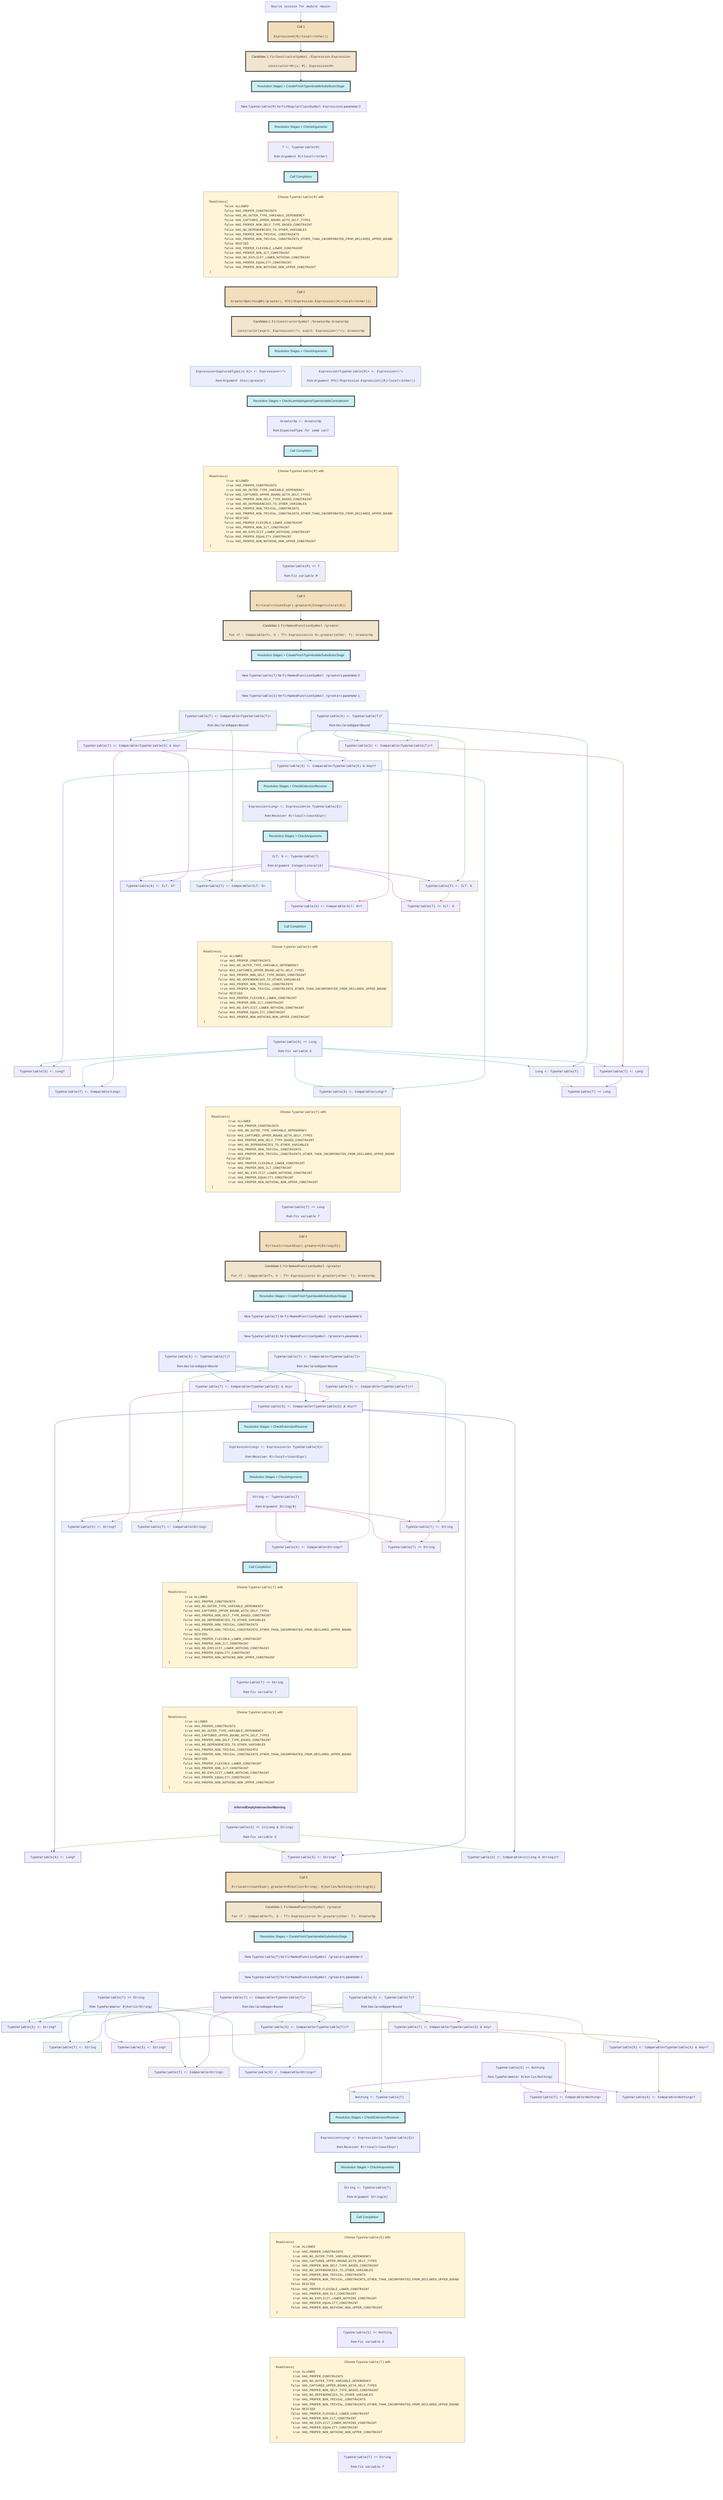
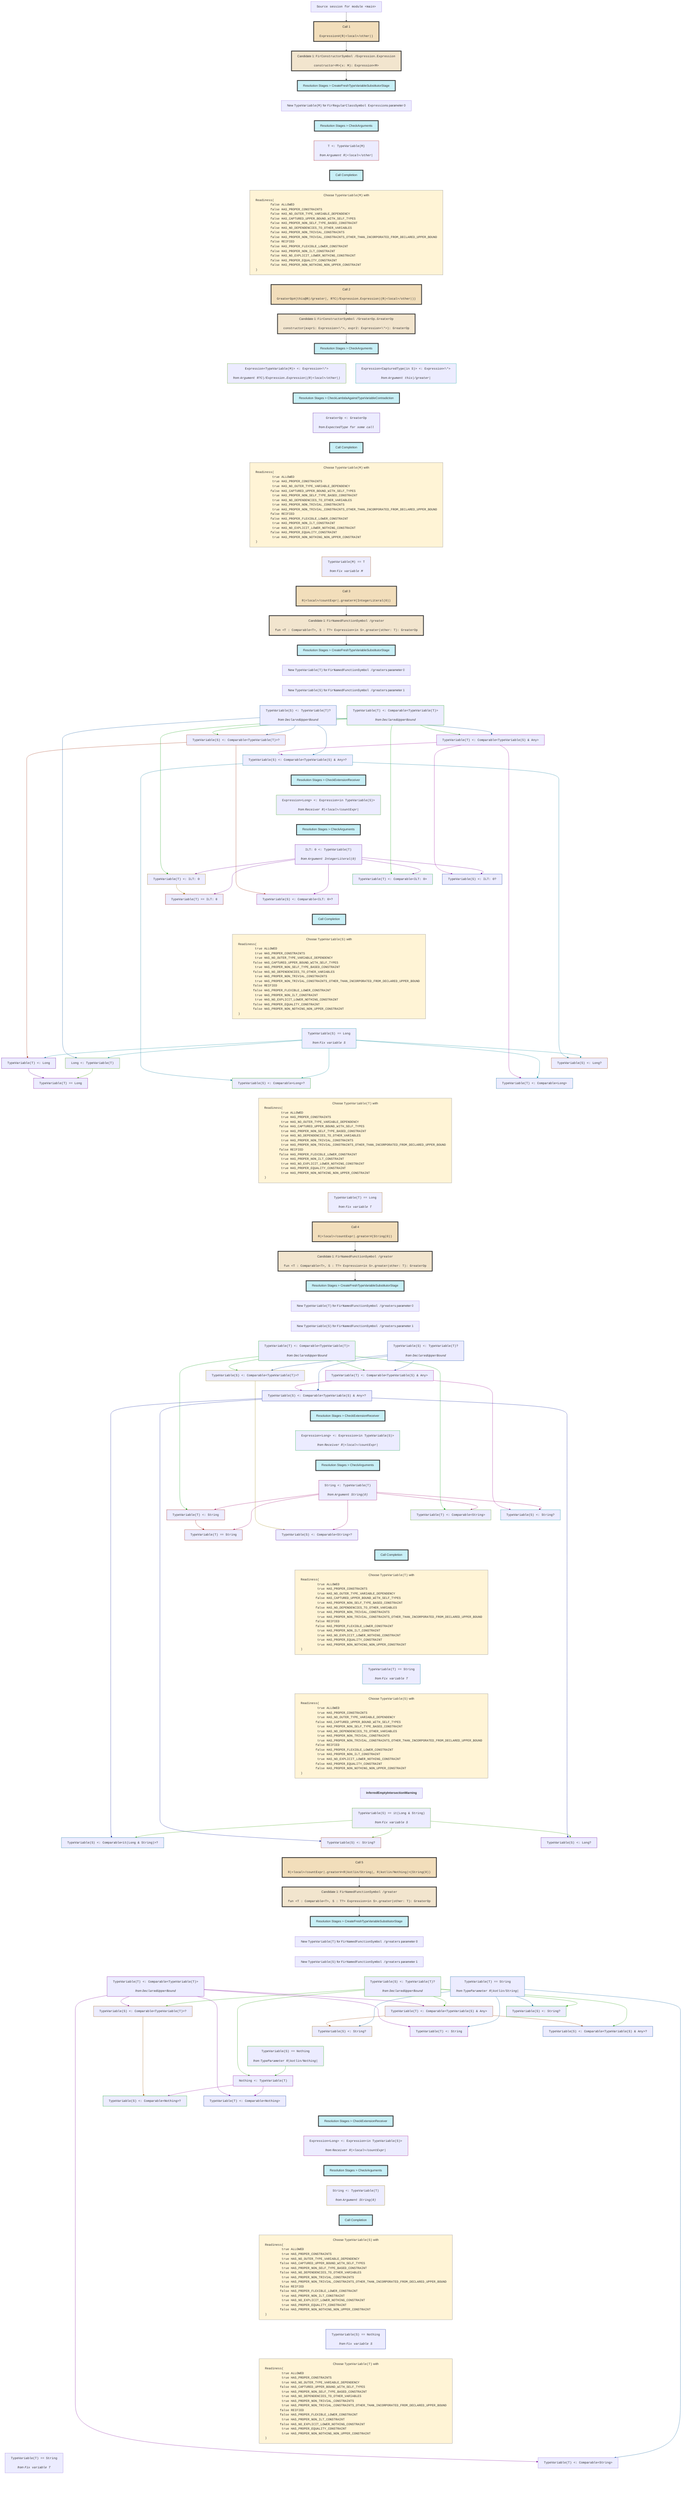
flowchart TD
    classDef nowrapClass text-align:center,white-space:nowrap;
    classDef callStyle fill:#f2debb,stroke:#333,stroke-width:4px;
    classDef candidateStyle fill:#f2e5ce,stroke:#333,stroke-width:4px;
    classDef stageStyle fill:#c8f0f7,stroke:#333,stroke-width:4px;
    classDef readinessStyle fill:#fff4d6,stroke:#777,stroke-width:1px;

    session0["<tt>Source session for module &lt;main></tt>"]
    class session0 nowrapClass;

    session0 --> call1

    call1["Call 1<br><br><pre style="display: inline-block;vertical-align: middle;text-align: left;margin: 0;"><tt>Expression#(R|&lt;local>/other|)</tt></pre>"]
    class call1 nowrapClass;
    class call1 callStyle;

    call1 --> candidate2

    candidate2["Candidate 1: <tt>FirConstructorSymbol /Expression.Expression</tt><br><br><pre style="display: inline-block;vertical-align: middle;text-align: left;margin: 0;"><tt>constructor&lt;M>(x: M): Expression&lt;M></tt></pre>"]
    class candidate2 nowrapClass;
    class candidate2 candidateStyle;

    candidate2 --> stage3

    stage3["Resolution Stages > CreateFreshTypeVariableSubstitutorStage"]
    class stage3 nowrapClass;
    class stage3 stageStyle;

    stage3 ~~~ newVariable4

    newVariable4["New <tt>TypeVariable(M)</tt> for <tt>FirRegularClassSymbol Expression</tt>s parameter 0"]
    class newVariable4 nowrapClass;

    newVariable4 ~~~ stage5

    stage5["Resolution Stages > CheckArguments"]
    class stage5 nowrapClass;
    class stage5 stageStyle;
    constraint6["<tt>T &lt;: TypeVariable(M)</tt><br><br><i><div style="display: inline-block;vertical-align: middle;">from</div> <pre style="display: inline-block;vertical-align: middle;text-align: left;margin: 0;"><tt>Argument R|&lt;local>/other|</tt></pre></i>"]
    class constraint6 nowrapClass;
    stage5 ~~~ constraint6

    constraint6 ~~~ stage7

    stage7["Call Completion"]
    class stage7 nowrapClass;
    class stage7 stageStyle;

    stage7 ~~~ variableReadiness8

    variableReadiness8["Choose <tt>TypeVariable(M)</tt> with <pre style="display: inline-block;vertical-align: middle;text-align: left;margin: 0;"><tt>Readiness(
	false ALLOWED
	false HAS_PROPER_CONSTRAINTS
	false HAS_NO_OUTER_TYPE_VARIABLE_DEPENDENCY
	false HAS_CAPTURED_UPPER_BOUND_WITH_SELF_TYPES
	false HAS_PROPER_NON_SELF_TYPE_BASED_CONSTRAINT
	false HAS_NO_DEPENDENCIES_TO_OTHER_VARIABLES
	false HAS_PROPER_NON_TRIVIAL_CONSTRAINTS
	false HAS_PROPER_NON_TRIVIAL_CONSTRAINTS_OTHER_THAN_INCORPORATED_FROM_DECLARED_UPPER_BOUND
	false REIFIED
	false HAS_PROPER_FLEXIBLE_LOWER_CONSTRAINT
	false HAS_PROPER_NON_ILT_CONSTRAINT
	false HAS_NO_EXPLICIT_LOWER_NOTHING_CONSTRAINT
	false HAS_PROPER_EQUALITY_CONSTRAINT
	false HAS_PROPER_NON_NOTHING_NON_UPPER_CONSTRAINT
)</tt></pre>"]
    class variableReadiness8 nowrapClass;
    class variableReadiness8 readinessStyle;

    variableReadiness8 ~~~ call9

    call9["Call 2<br><br><pre style="display: inline-block;vertical-align: middle;text-align: left;margin: 0;"><tt>GreaterOp#(this@R|/greater|, R?C|/Expression.Expression|(R|&lt;local>/other|))</tt></pre>"]
    class call9 nowrapClass;
    class call9 callStyle;

    call9 --> candidate10

    candidate10["Candidate 1: <tt>FirConstructorSymbol /GreaterOp.GreaterOp</tt><br><br><pre style="display: inline-block;vertical-align: middle;text-align: left;margin: 0;"><tt>constructor(expr1: Expression&lt;\*>, expr2: Expression&lt;\*>): GreaterOp</tt></pre>"]
    class candidate10 nowrapClass;
    class candidate10 candidateStyle;

    candidate10 --> stage11

    stage11["Resolution Stages > CheckArguments"]
    class stage11 nowrapClass;
    class stage11 stageStyle;
    constraint12["<tt>Expression&lt;CapturedType(in S)> &lt;: Expression&lt;\*></tt><br><br><i><div style="display: inline-block;vertical-align: middle;">from</div> <pre style="display: inline-block;vertical-align: middle;text-align: left;margin: 0;"><tt>Argument this|/greater|</tt></pre></i>"]
    class constraint12 nowrapClass;
    stage11 ~~~ constraint12
    constraint13["<tt>Expression&lt;TypeVariable(M)> &lt;: Expression&lt;\*></tt><br><br><i><div style="display: inline-block;vertical-align: middle;">from</div> <pre style="display: inline-block;vertical-align: middle;text-align: left;margin: 0;"><tt>Argument R?C|/Expression.Expression|(R|&lt;local>/other|)</tt></pre></i>"]
    class constraint13 nowrapClass;
    stage11 ~~~ constraint13

    constraint12 ~~~ stage14
    constraint13 ~~~ stage14

    stage14["Resolution Stages > CheckLambdaAgainstTypeVariableContradiction"]
    class stage14 nowrapClass;
    class stage14 stageStyle;
    constraint15["<tt>GreaterOp &lt;: GreaterOp</tt><br><br><i><div style="display: inline-block;vertical-align: middle;">from</div> <pre style="display: inline-block;vertical-align: middle;text-align: left;margin: 0;"><tt>ExpectedType for some call</tt></pre></i>"]
    class constraint15 nowrapClass;
    stage14 ~~~ constraint15

    constraint15 ~~~ stage16

    stage16["Call Completion"]
    class stage16 nowrapClass;
    class stage16 stageStyle;

    stage16 ~~~ variableReadiness17

    variableReadiness17["Choose <tt>TypeVariable(M)</tt> with <pre style="display: inline-block;vertical-align: middle;text-align: left;margin: 0;"><tt>Readiness(
	 true ALLOWED
	 true HAS_PROPER_CONSTRAINTS
	 true HAS_NO_OUTER_TYPE_VARIABLE_DEPENDENCY
	false HAS_CAPTURED_UPPER_BOUND_WITH_SELF_TYPES
	 true HAS_PROPER_NON_SELF_TYPE_BASED_CONSTRAINT
	 true HAS_NO_DEPENDENCIES_TO_OTHER_VARIABLES
	 true HAS_PROPER_NON_TRIVIAL_CONSTRAINTS
	 true HAS_PROPER_NON_TRIVIAL_CONSTRAINTS_OTHER_THAN_INCORPORATED_FROM_DECLARED_UPPER_BOUND
	false REIFIED
	false HAS_PROPER_FLEXIBLE_LOWER_CONSTRAINT
	 true HAS_PROPER_NON_ILT_CONSTRAINT
	 true HAS_NO_EXPLICIT_LOWER_NOTHING_CONSTRAINT
	false HAS_PROPER_EQUALITY_CONSTRAINT
	 true HAS_PROPER_NON_NOTHING_NON_UPPER_CONSTRAINT
)</tt></pre>"]
    class variableReadiness17 nowrapClass;
    class variableReadiness17 readinessStyle;
    constraint18["<tt>TypeVariable(M) == T</tt><br><br><i><div style="display: inline-block;vertical-align: middle;">from</div> <pre style="display: inline-block;vertical-align: middle;text-align: left;margin: 0;"><tt>Fix variable M</tt></pre></i>"]
    class constraint18 nowrapClass;
    variableReadiness17 ~~~ constraint18

    constraint18 ~~~ call19

    call19["Call 3<br><br><pre style="display: inline-block;vertical-align: middle;text-align: left;margin: 0;"><tt>R|&lt;local>/countExpr|.greater#(IntegerLiteral(0))</tt></pre>"]
    class call19 nowrapClass;
    class call19 callStyle;

    call19 --> candidate20

    candidate20["Candidate 1: <tt>FirNamedFunctionSymbol /greater</tt><br><br><pre style="display: inline-block;vertical-align: middle;text-align: left;margin: 0;"><tt>fun &lt;T : Comparable&lt;T>, S : T?> Expression&lt;in S>.greater(other: T): GreaterOp
</tt></pre>"]
    class candidate20 nowrapClass;
    class candidate20 candidateStyle;

    candidate20 --> stage21

    stage21["Resolution Stages > CreateFreshTypeVariableSubstitutorStage"]
    class stage21 nowrapClass;
    class stage21 stageStyle;

    stage21 ~~~ newVariable22

    newVariable22["New <tt>TypeVariable(T)</tt> for <tt>FirNamedFunctionSymbol /greater</tt>s parameter 0"]
    class newVariable22 nowrapClass;

    newVariable22 ~~~ newVariable23

    newVariable23["New <tt>TypeVariable(S)</tt> for <tt>FirNamedFunctionSymbol /greater</tt>s parameter 1"]
    class newVariable23 nowrapClass;
    constraint24["<tt>TypeVariable(T) &lt;: Comparable&lt;TypeVariable(T)></tt><br><br><i><div style="display: inline-block;vertical-align: middle;">from</div> <pre style="display: inline-block;vertical-align: middle;text-align: left;margin: 0;"><tt>DeclaredUpperBound</tt></pre></i>"]
    class constraint24 nowrapClass;
    newVariable23 ~~~ constraint24
    constraint25["<tt>TypeVariable(S) &lt;: TypeVariable(T)?</tt><br><br><i><div style="display: inline-block;vertical-align: middle;">from</div> <pre style="display: inline-block;vertical-align: middle;text-align: left;margin: 0;"><tt>DeclaredUpperBound</tt></pre></i>"]
    class constraint25 nowrapClass;
    newVariable23 ~~~ constraint25
    constraint26["<tt>TypeVariable(S) &lt;: Comparable&lt;TypeVariable(T)>?</tt>"]
    class constraint26 nowrapClass;
    constraint25 --> constraint26
    constraint24 --> constraint26
    constraint27["<tt>TypeVariable(T) &lt;: Comparable&lt;TypeVariable(S) &amp; Any></tt>"]
    class constraint27 nowrapClass;
    constraint25 --> constraint27
    constraint24 --> constraint27
    constraint28["<tt>TypeVariable(S) &lt;: Comparable&lt;TypeVariable(S) &amp; Any>?</tt>"]
    class constraint28 nowrapClass;
    constraint25 ---> constraint28
    constraint27 --> constraint28

    constraint26 ~~~~ stage29
    constraint28 ~~~ stage29

    stage29["Resolution Stages > CheckExtensionReceiver"]
    class stage29 nowrapClass;
    class stage29 stageStyle;
    constraint30["<tt>Expression&lt;Long> &lt;: Expression&lt;in TypeVariable(S)></tt><br><br><i><div style="display: inline-block;vertical-align: middle;">from</div> <pre style="display: inline-block;vertical-align: middle;text-align: left;margin: 0;"><tt>Receiver R|&lt;local>/countExpr|</tt></pre></i>"]
    class constraint30 nowrapClass;
    stage29 ~~~ constraint30

    constraint30 ~~~ stage31

    stage31["Resolution Stages > CheckArguments"]
    class stage31 nowrapClass;
    class stage31 stageStyle;
    constraint32["<tt>ILT: 0 &lt;: TypeVariable(T)</tt><br><br><i><div style="display: inline-block;vertical-align: middle;">from</div> <pre style="display: inline-block;vertical-align: middle;text-align: left;margin: 0;"><tt>Argument IntegerLiteral(0)</tt></pre></i>"]
    class constraint32 nowrapClass;
    stage31 ~~~ constraint32
    constraint33["<tt>TypeVariable(T) &lt;: ILT: 0</tt>"]
    class constraint33 nowrapClass;
    constraint32 --> constraint33
    constraint24 --> constraint33
    constraint34["<tt>TypeVariable(S) &lt;: ILT: 0?</tt>"]
    class constraint34 nowrapClass;
    constraint32 --> constraint34
    constraint27 --> constraint34
    constraint35["<tt>TypeVariable(T) &lt;: Comparable&lt;ILT: 0></tt>"]
    class constraint35 nowrapClass;
    constraint32 --> constraint35
    constraint24 --> constraint35
    constraint36["<tt>TypeVariable(S) &lt;: Comparable&lt;ILT: 0>?</tt>"]
    class constraint36 nowrapClass;
    constraint32 ---> constraint36
    constraint26 --> constraint36
    constraint37["<tt>TypeVariable(T) == ILT: 0</tt>"]
    class constraint37 nowrapClass;
    constraint32 ---> constraint37
    constraint33 --> constraint37

    constraint34 ~~~~ stage38
    constraint35 ~~~~ stage38
    constraint36 ~~~ stage38
    constraint37 ~~~ stage38

    stage38["Call Completion"]
    class stage38 nowrapClass;
    class stage38 stageStyle;

    stage38 ~~~ variableReadiness39

    variableReadiness39["Choose <tt>TypeVariable(S)</tt> with <pre style="display: inline-block;vertical-align: middle;text-align: left;margin: 0;"><tt>Readiness(
	 true ALLOWED
	 true HAS_PROPER_CONSTRAINTS
	 true HAS_NO_OUTER_TYPE_VARIABLE_DEPENDENCY
	false HAS_CAPTURED_UPPER_BOUND_WITH_SELF_TYPES
	 true HAS_PROPER_NON_SELF_TYPE_BASED_CONSTRAINT
	false HAS_NO_DEPENDENCIES_TO_OTHER_VARIABLES
	 true HAS_PROPER_NON_TRIVIAL_CONSTRAINTS
	 true HAS_PROPER_NON_TRIVIAL_CONSTRAINTS_OTHER_THAN_INCORPORATED_FROM_DECLARED_UPPER_BOUND
	false REIFIED
	false HAS_PROPER_FLEXIBLE_LOWER_CONSTRAINT
	 true HAS_PROPER_NON_ILT_CONSTRAINT
	 true HAS_NO_EXPLICIT_LOWER_NOTHING_CONSTRAINT
	false HAS_PROPER_EQUALITY_CONSTRAINT
	false HAS_PROPER_NON_NOTHING_NON_UPPER_CONSTRAINT
)</tt></pre>"]
    class variableReadiness39 nowrapClass;
    class variableReadiness39 readinessStyle;
    constraint41["<tt>TypeVariable(S) == Long</tt><br><br><i><div style="display: inline-block;vertical-align: middle;">from</div> <pre style="display: inline-block;vertical-align: middle;text-align: left;margin: 0;"><tt>Fix variable S</tt></pre></i>"]
    class constraint41 nowrapClass;
    variableReadiness39 ~~~ constraint41
    constraint42["<tt>Long &lt;: TypeVariable(T)</tt>"]
    class constraint42 nowrapClass;
    constraint41 --> constraint42
    constraint25 --> constraint42
    constraint43["<tt>TypeVariable(T) &lt;: Long</tt>"]
    class constraint43 nowrapClass;
    constraint41 --> constraint43
    constraint26 --> constraint43
    constraint44["<tt>TypeVariable(S) &lt;: Long?</tt>"]
    class constraint44 nowrapClass;
    constraint41 --> constraint44
    constraint28 --> constraint44
    constraint45["<tt>TypeVariable(T) &lt;: Comparable&lt;Long></tt>"]
    class constraint45 nowrapClass;
    constraint41 ---> constraint45
    constraint27 --> constraint45
    constraint46["<tt>TypeVariable(S) &lt;: Comparable&lt;Long>?</tt>"]
    class constraint46 nowrapClass;
    constraint41 ---> constraint46
    constraint28 --> constraint46
    constraint47["<tt>TypeVariable(T) == Long</tt>"]
    class constraint47 nowrapClass;
    constraint42 --> constraint47
    constraint43 --> constraint47

    constraint44 ~~~~ variableReadiness40
    constraint45 ~~~ variableReadiness40
    constraint46 ~~~ variableReadiness40
    constraint47 ~~~ variableReadiness40

    variableReadiness40["Choose <tt>TypeVariable(T)</tt> with <pre style="display: inline-block;vertical-align: middle;text-align: left;margin: 0;"><tt>Readiness(
	 true ALLOWED
	 true HAS_PROPER_CONSTRAINTS
	 true HAS_NO_OUTER_TYPE_VARIABLE_DEPENDENCY
	false HAS_CAPTURED_UPPER_BOUND_WITH_SELF_TYPES
	 true HAS_PROPER_NON_SELF_TYPE_BASED_CONSTRAINT
	 true HAS_NO_DEPENDENCIES_TO_OTHER_VARIABLES
	 true HAS_PROPER_NON_TRIVIAL_CONSTRAINTS
	 true HAS_PROPER_NON_TRIVIAL_CONSTRAINTS_OTHER_THAN_INCORPORATED_FROM_DECLARED_UPPER_BOUND
	false REIFIED
	false HAS_PROPER_FLEXIBLE_LOWER_CONSTRAINT
	 true HAS_PROPER_NON_ILT_CONSTRAINT
	 true HAS_NO_EXPLICIT_LOWER_NOTHING_CONSTRAINT
	 true HAS_PROPER_EQUALITY_CONSTRAINT
	 true HAS_PROPER_NON_NOTHING_NON_UPPER_CONSTRAINT
)</tt></pre>"]
    class variableReadiness40 nowrapClass;
    class variableReadiness40 readinessStyle;
    constraint48["<tt>TypeVariable(T) == Long</tt><br><br><i><div style="display: inline-block;vertical-align: middle;">from</div> <pre style="display: inline-block;vertical-align: middle;text-align: left;margin: 0;"><tt>Fix variable T</tt></pre></i>"]
    class constraint48 nowrapClass;
    variableReadiness40 ~~~ constraint48

    constraint48 ~~~ call49

    call49["Call 4<br><br><pre style="display: inline-block;vertical-align: middle;text-align: left;margin: 0;"><tt>R|&lt;local>/countExpr|.greater#(String(0))</tt></pre>"]
    class call49 nowrapClass;
    class call49 callStyle;

    call49 --> candidate50

    candidate50["Candidate 1: <tt>FirNamedFunctionSymbol /greater</tt><br><br><pre style="display: inline-block;vertical-align: middle;text-align: left;margin: 0;"><tt>fun &lt;T : Comparable&lt;T>, S : T?> Expression&lt;in S>.greater(other: T): GreaterOp
</tt></pre>"]
    class candidate50 nowrapClass;
    class candidate50 candidateStyle;

    candidate50 --> stage51

    stage51["Resolution Stages > CreateFreshTypeVariableSubstitutorStage"]
    class stage51 nowrapClass;
    class stage51 stageStyle;

    stage51 ~~~ newVariable52

    newVariable52["New <tt>TypeVariable(T)</tt> for <tt>FirNamedFunctionSymbol /greater</tt>s parameter 0"]
    class newVariable52 nowrapClass;

    newVariable52 ~~~ newVariable53

    newVariable53["New <tt>TypeVariable(S)</tt> for <tt>FirNamedFunctionSymbol /greater</tt>s parameter 1"]
    class newVariable53 nowrapClass;
    constraint54["<tt>TypeVariable(T) &lt;: Comparable&lt;TypeVariable(T)></tt><br><br><i><div style="display: inline-block;vertical-align: middle;">from</div> <pre style="display: inline-block;vertical-align: middle;text-align: left;margin: 0;"><tt>DeclaredUpperBound</tt></pre></i>"]
    class constraint54 nowrapClass;
    newVariable53 ~~~ constraint54
    constraint55["<tt>TypeVariable(S) &lt;: TypeVariable(T)?</tt><br><br><i><div style="display: inline-block;vertical-align: middle;">from</div> <pre style="display: inline-block;vertical-align: middle;text-align: left;margin: 0;"><tt>DeclaredUpperBound</tt></pre></i>"]
    class constraint55 nowrapClass;
    newVariable53 ~~~ constraint55
    constraint56["<tt>TypeVariable(S) &lt;: Comparable&lt;TypeVariable(T)>?</tt>"]
    class constraint56 nowrapClass;
    constraint55 --> constraint56
    constraint54 --> constraint56
    constraint57["<tt>TypeVariable(T) &lt;: Comparable&lt;TypeVariable(S) &amp; Any></tt>"]
    class constraint57 nowrapClass;
    constraint55 --> constraint57
    constraint54 --> constraint57
    constraint58["<tt>TypeVariable(S) &lt;: Comparable&lt;TypeVariable(S) &amp; Any>?</tt>"]
    class constraint58 nowrapClass;
    constraint55 ---> constraint58
    constraint57 --> constraint58

    constraint56 ~~~~ stage59
    constraint58 ~~~ stage59

    stage59["Resolution Stages > CheckExtensionReceiver"]
    class stage59 nowrapClass;
    class stage59 stageStyle;
    constraint60["<tt>Expression&lt;Long> &lt;: Expression&lt;in TypeVariable(S)></tt><br><br><i><div style="display: inline-block;vertical-align: middle;">from</div> <pre style="display: inline-block;vertical-align: middle;text-align: left;margin: 0;"><tt>Receiver R|&lt;local>/countExpr|</tt></pre></i>"]
    class constraint60 nowrapClass;
    stage59 ~~~ constraint60

    constraint60 ~~~ stage61

    stage61["Resolution Stages > CheckArguments"]
    class stage61 nowrapClass;
    class stage61 stageStyle;
    constraint62["<tt>String &lt;: TypeVariable(T)</tt><br><br><i><div style="display: inline-block;vertical-align: middle;">from</div> <pre style="display: inline-block;vertical-align: middle;text-align: left;margin: 0;"><tt>Argument String(0)</tt></pre></i>"]
    class constraint62 nowrapClass;
    stage61 ~~~ constraint62
    constraint63["<tt>TypeVariable(T) &lt;: String</tt>"]
    class constraint63 nowrapClass;
    constraint62 --> constraint63
    constraint54 --> constraint63
    constraint64["<tt>TypeVariable(S) &lt;: String?</tt>"]
    class constraint64 nowrapClass;
    constraint62 --> constraint64
    constraint57 --> constraint64
    constraint65["<tt>TypeVariable(T) &lt;: Comparable&lt;String></tt>"]
    class constraint65 nowrapClass;
    constraint62 --> constraint65
    constraint54 --> constraint65
    constraint66["<tt>TypeVariable(S) &lt;: Comparable&lt;String>?</tt>"]
    class constraint66 nowrapClass;
    constraint62 ---> constraint66
    constraint56 --> constraint66
    constraint67["<tt>TypeVariable(T) == String</tt>"]
    class constraint67 nowrapClass;
    constraint62 ---> constraint67
    constraint63 --> constraint67

    constraint64 ~~~~ stage68
    constraint65 ~~~~ stage68
    constraint66 ~~~ stage68
    constraint67 ~~~ stage68

    stage68["Call Completion"]
    class stage68 nowrapClass;
    class stage68 stageStyle;

    stage68 ~~~ variableReadiness69

    variableReadiness69["Choose <tt>TypeVariable(T)</tt> with <pre style="display: inline-block;vertical-align: middle;text-align: left;margin: 0;"><tt>Readiness(
	 true ALLOWED
	 true HAS_PROPER_CONSTRAINTS
	 true HAS_NO_OUTER_TYPE_VARIABLE_DEPENDENCY
	false HAS_CAPTURED_UPPER_BOUND_WITH_SELF_TYPES
	 true HAS_PROPER_NON_SELF_TYPE_BASED_CONSTRAINT
	false HAS_NO_DEPENDENCIES_TO_OTHER_VARIABLES
	 true HAS_PROPER_NON_TRIVIAL_CONSTRAINTS
	 true HAS_PROPER_NON_TRIVIAL_CONSTRAINTS_OTHER_THAN_INCORPORATED_FROM_DECLARED_UPPER_BOUND
	false REIFIED
	false HAS_PROPER_FLEXIBLE_LOWER_CONSTRAINT
	 true HAS_PROPER_NON_ILT_CONSTRAINT
	 true HAS_NO_EXPLICIT_LOWER_NOTHING_CONSTRAINT
	 true HAS_PROPER_EQUALITY_CONSTRAINT
	 true HAS_PROPER_NON_NOTHING_NON_UPPER_CONSTRAINT
)</tt></pre>"]
    class variableReadiness69 nowrapClass;
    class variableReadiness69 readinessStyle;
    constraint72["<tt>TypeVariable(T) == String</tt><br><br><i><div style="display: inline-block;vertical-align: middle;">from</div> <pre style="display: inline-block;vertical-align: middle;text-align: left;margin: 0;"><tt>Fix variable T</tt></pre></i>"]
    class constraint72 nowrapClass;
    variableReadiness69 ~~~ constraint72

    constraint72 ~~~ variableReadiness70

    variableReadiness70["Choose <tt>TypeVariable(S)</tt> with <pre style="display: inline-block;vertical-align: middle;text-align: left;margin: 0;"><tt>Readiness(
	 true ALLOWED
	 true HAS_PROPER_CONSTRAINTS
	 true HAS_NO_OUTER_TYPE_VARIABLE_DEPENDENCY
	false HAS_CAPTURED_UPPER_BOUND_WITH_SELF_TYPES
	 true HAS_PROPER_NON_SELF_TYPE_BASED_CONSTRAINT
	 true HAS_NO_DEPENDENCIES_TO_OTHER_VARIABLES
	 true HAS_PROPER_NON_TRIVIAL_CONSTRAINTS
	 true HAS_PROPER_NON_TRIVIAL_CONSTRAINTS_OTHER_THAN_INCORPORATED_FROM_DECLARED_UPPER_BOUND
	false REIFIED
	false HAS_PROPER_FLEXIBLE_LOWER_CONSTRAINT
	 true HAS_PROPER_NON_ILT_CONSTRAINT
	 true HAS_NO_EXPLICIT_LOWER_NOTHING_CONSTRAINT
	false HAS_PROPER_EQUALITY_CONSTRAINT
	false HAS_PROPER_NON_NOTHING_NON_UPPER_CONSTRAINT
)</tt></pre>"]
    class variableReadiness70 nowrapClass;
    class variableReadiness70 readinessStyle;

    variableReadiness70 ~~~ error71

    error71["<b>InferredEmptyIntersectionWarning<b>"]
    class error71 nowrapClass;
    constraint73["<tt>TypeVariable(S) == it(Long &amp; String)</tt><br><br><i><div style="display: inline-block;vertical-align: middle;">from</div> <pre style="display: inline-block;vertical-align: middle;text-align: left;margin: 0;"><tt>Fix variable S</tt></pre></i>"]
    class constraint73 nowrapClass;
    error71 ~~~ constraint73
    constraint74["<tt>TypeVariable(S) &lt;: Long?</tt>"]
    class constraint74 nowrapClass;
    constraint73 --> constraint74
    constraint58 --> constraint74
    constraint75["<tt>TypeVariable(S) &lt;: String?</tt>"]
    class constraint75 nowrapClass;
    constraint73 --> constraint75
    constraint58 --> constraint75
    constraint76["<tt>TypeVariable(S) &lt;: Comparable&lt;it(Long &amp; String)>?</tt>"]
    class constraint76 nowrapClass;
    constraint73 --> constraint76
    constraint58 --> constraint76

    constraint74 ~~~ call77
    constraint75 ~~~ call77
    constraint76 ~~~ call77

    call77["Call 5<br><br><pre style="display: inline-block;vertical-align: middle;text-align: left;margin: 0;"><tt>R|&lt;local>/countExpr|.greater#&lt;R|kotlin/String|, R|kotlin/Nothing|>(String(0))</tt></pre>"]
    class call77 nowrapClass;
    class call77 callStyle;

    call77 --> candidate78

    candidate78["Candidate 1: <tt>FirNamedFunctionSymbol /greater</tt><br><br><pre style="display: inline-block;vertical-align: middle;text-align: left;margin: 0;"><tt>fun &lt;T : Comparable&lt;T>, S : T?> Expression&lt;in S>.greater(other: T): GreaterOp
</tt></pre>"]
    class candidate78 nowrapClass;
    class candidate78 candidateStyle;

    candidate78 --> stage79

    stage79["Resolution Stages > CreateFreshTypeVariableSubstitutorStage"]
    class stage79 nowrapClass;
    class stage79 stageStyle;

    stage79 ~~~ newVariable80

    newVariable80["New <tt>TypeVariable(T)</tt> for <tt>FirNamedFunctionSymbol /greater</tt>s parameter 0"]
    class newVariable80 nowrapClass;

    newVariable80 ~~~ newVariable81

    newVariable81["New <tt>TypeVariable(S)</tt> for <tt>FirNamedFunctionSymbol /greater</tt>s parameter 1"]
    class newVariable81 nowrapClass;
    constraint82["<tt>TypeVariable(T) &lt;: Comparable&lt;TypeVariable(T)></tt><br><br><i><div style="display: inline-block;vertical-align: middle;">from</div> <pre style="display: inline-block;vertical-align: middle;text-align: left;margin: 0;"><tt>DeclaredUpperBound</tt></pre></i>"]
    class constraint82 nowrapClass;
    newVariable81 ~~~ constraint82
    constraint83["<tt>TypeVariable(S) &lt;: TypeVariable(T)?</tt><br><br><i><div style="display: inline-block;vertical-align: middle;">from</div> <pre style="display: inline-block;vertical-align: middle;text-align: left;margin: 0;"><tt>DeclaredUpperBound</tt></pre></i>"]
    class constraint83 nowrapClass;
    newVariable81 ~~~ constraint83
    constraint84["<tt>TypeVariable(S) &lt;: Comparable&lt;TypeVariable(T)>?</tt>"]
    class constraint84 nowrapClass;
    constraint83 --> constraint84
    constraint82 --> constraint84
    constraint85["<tt>TypeVariable(T) &lt;: Comparable&lt;TypeVariable(S) &amp; Any></tt>"]
    class constraint85 nowrapClass;
    constraint83 --> constraint85
    constraint82 --> constraint85
    constraint86["<tt>TypeVariable(S) &lt;: Comparable&lt;TypeVariable(S) &amp; Any>?</tt>"]
    class constraint86 nowrapClass;
    constraint83 ---> constraint86
    constraint85 --> constraint86
    constraint87["<tt>TypeVariable(T) == String</tt><br><br><i><div style="display: inline-block;vertical-align: middle;">from</div> <pre style="display: inline-block;vertical-align: middle;text-align: left;margin: 0;"><tt>TypeParameter R|kotlin/String|</tt></pre></i>"]
    class constraint87 nowrapClass;
    newVariable81 ~~~ constraint87
    constraint88["<tt>TypeVariable(S) &lt;: String?</tt>"]
    class constraint88 nowrapClass;
    constraint83 --> constraint88
    constraint87 --> constraint88
    constraint89["<tt>TypeVariable(T) &lt;: String</tt>"]
    class constraint89 nowrapClass;
    constraint87 ---> constraint89
    constraint82 ---> constraint89
    constraint90["<tt>TypeVariable(S) &lt;: String?</tt>"]
    class constraint90 nowrapClass;
    constraint87 ---> constraint90
    constraint85 --> constraint90
-     constraint91["<tt>TypeVariable(T) &lt;: Comparable&lt;String></tt>"]
+     constraint91["<tt>TypeVariable(S) == Nothing</tt><br><br><i><div style="display: inline-block;vertical-align: middle;">from</div> <pre style="display: inline-block;vertical-align: middle;text-align: left;margin: 0;"><tt>TypeParameter R|kotlin/Nothing|</tt></pre></i>"]
    class constraint91 nowrapClass;
-     constraint87 ----> constraint91
-     constraint82 ----> constraint91
-     constraint92["<tt>TypeVariable(S) &lt;: Comparable&lt;String>?</tt>"]
+     newVariable81 ~~~~~~ constraint91
+     constraint92["<tt>Nothing &lt;: TypeVariable(T)</tt>"]
    class constraint92 nowrapClass;
-     constraint87 ----> constraint92
-     constraint84 ---> constraint92
-     constraint93["<tt>TypeVariable(S) == Nothing</tt><br><br><i><div style="display: inline-block;vertical-align: middle;">from</div> <pre style="display: inline-block;vertical-align: middle;text-align: left;margin: 0;"><tt>TypeParameter R|kotlin/Nothing|</tt></pre></i>"]
+     constraint91 --> constraint92
+     constraint83 -----> constraint92
+     constraint93["<tt>TypeVariable(T) &lt;: Comparable&lt;Nothing></tt>"]
    class constraint93 nowrapClass;
-     newVariable81 ~~~~~~ constraint93
-     constraint94["<tt>Nothing &lt;: TypeVariable(T)</tt>"]
+     constraint92 --> constraint93
+     constraint82 ------> constraint93
+     constraint94["<tt>TypeVariable(S) &lt;: Comparable&lt;Nothing>?</tt>"]
    class constraint94 nowrapClass;
-     constraint93 --> constraint94
-     constraint83 -----> constraint94
-     constraint95["<tt>TypeVariable(T) &lt;: Comparable&lt;Nothing></tt>"]
-     class constraint95 nowrapClass;
-     constraint93 --> constraint95
-     constraint85 ----> constraint95
-     constraint96["<tt>TypeVariable(S) &lt;: Comparable&lt;Nothing>?</tt>"]
+     constraint92 --> constraint94
+     constraint84 -----> constraint94
+ 
+     constraint86 ~~~~~~ stage95
+     constraint88 ~~~~~~~ stage95
+     constraint89 ~~~~~~ stage95
+     constraint90 ~~~~~~ stage95
+     constraint93 ~~~ stage95
+     constraint94 ~~~ stage95
+ 
+     stage95["Resolution Stages > CheckExtensionReceiver"]
+     class stage95 nowrapClass;
+     class stage95 stageStyle;
+     constraint96["<tt>Expression&lt;Long> &lt;: Expression&lt;in TypeVariable(S)></tt><br><br><i><div style="display: inline-block;vertical-align: middle;">from</div> <pre style="display: inline-block;vertical-align: middle;text-align: left;margin: 0;"><tt>Receiver R|&lt;local>/countExpr|</tt></pre></i>"]
    class constraint96 nowrapClass;
-     constraint93 --> constraint96
-     constraint86 ---> constraint96
- 
-     constraint88 ~~~~~~ stage97
-     constraint89 ~~~~~ stage97
-     constraint90 ~~~~~ stage97
-     constraint91 ~~~~ stage97
-     constraint92 ~~~~ stage97
-     constraint94 ~~~ stage97
-     constraint95 ~~~ stage97
+     stage95 ~~~ constraint96
+ 
    constraint96 ~~~ stage97

-     stage97["Resolution Stages > CheckExtensionReceiver"]
+     stage97["Resolution Stages > CheckArguments"]
    class stage97 nowrapClass;
    class stage97 stageStyle;
-     constraint98["<tt>Expression&lt;Long> &lt;: Expression&lt;in TypeVariable(S)></tt><br><br><i><div style="display: inline-block;vertical-align: middle;">from</div> <pre style="display: inline-block;vertical-align: middle;text-align: left;margin: 0;"><tt>Receiver R|&lt;local>/countExpr|</tt></pre></i>"]
+     constraint98["<tt>String &lt;: TypeVariable(T)</tt><br><br><i><div style="display: inline-block;vertical-align: middle;">from</div> <pre style="display: inline-block;vertical-align: middle;text-align: left;margin: 0;"><tt>Argument String(0)</tt></pre></i>"]
    class constraint98 nowrapClass;
    stage97 ~~~ constraint98

    constraint98 ~~~ stage99

-     stage99["Resolution Stages > CheckArguments"]
+     stage99["Call Completion"]
    class stage99 nowrapClass;
    class stage99 stageStyle;
-     constraint100["<tt>String &lt;: TypeVariable(T)</tt><br><br><i><div style="display: inline-block;vertical-align: middle;">from</div> <pre style="display: inline-block;vertical-align: middle;text-align: left;margin: 0;"><tt>Argument String(0)</tt></pre></i>"]
-     class constraint100 nowrapClass;
-     stage99 ~~~ constraint100
- 
-     constraint100 ~~~ stage101
- 
-     stage101["Call Completion"]
-     class stage101 nowrapClass;
-     class stage101 stageStyle;
- 
-     stage101 ~~~ variableReadiness102
- 
-     variableReadiness102["Choose <tt>TypeVariable(S)</tt> with <pre style="display: inline-block;vertical-align: middle;text-align: left;margin: 0;"><tt>Readiness(
+ 
+     stage99 ~~~ variableReadiness100
+ 
+     variableReadiness100["Choose <tt>TypeVariable(S)</tt> with <pre style="display: inline-block;vertical-align: middle;text-align: left;margin: 0;"><tt>Readiness(
	 true ALLOWED
	 true HAS_PROPER_CONSTRAINTS
	 true HAS_NO_OUTER_TYPE_VARIABLE_DEPENDENCY
	false HAS_CAPTURED_UPPER_BOUND_WITH_SELF_TYPES
	 true HAS_PROPER_NON_SELF_TYPE_BASED_CONSTRAINT
	false HAS_NO_DEPENDENCIES_TO_OTHER_VARIABLES
	 true HAS_PROPER_NON_TRIVIAL_CONSTRAINTS
	 true HAS_PROPER_NON_TRIVIAL_CONSTRAINTS_OTHER_THAN_INCORPORATED_FROM_DECLARED_UPPER_BOUND
	false REIFIED
	false HAS_PROPER_FLEXIBLE_LOWER_CONSTRAINT
	 true HAS_PROPER_NON_ILT_CONSTRAINT
	 true HAS_NO_EXPLICIT_LOWER_NOTHING_CONSTRAINT
	 true HAS_PROPER_EQUALITY_CONSTRAINT
	false HAS_PROPER_NON_NOTHING_NON_UPPER_CONSTRAINT
)</tt></pre>"]
-     class variableReadiness102 nowrapClass;
-     class variableReadiness102 readinessStyle;
-     constraint104["<tt>TypeVariable(S) == Nothing</tt><br><br><i><div style="display: inline-block;vertical-align: middle;">from</div> <pre style="display: inline-block;vertical-align: middle;text-align: left;margin: 0;"><tt>Fix variable S</tt></pre></i>"]
-     class constraint104 nowrapClass;
-     variableReadiness102 ~~~ constraint104
- 
-     constraint104 ~~~ variableReadiness103
- 
-     variableReadiness103["Choose <tt>TypeVariable(T)</tt> with <pre style="display: inline-block;vertical-align: middle;text-align: left;margin: 0;"><tt>Readiness(
+     class variableReadiness100 nowrapClass;
+     class variableReadiness100 readinessStyle;
+     constraint102["<tt>TypeVariable(S) == Nothing</tt><br><br><i><div style="display: inline-block;vertical-align: middle;">from</div> <pre style="display: inline-block;vertical-align: middle;text-align: left;margin: 0;"><tt>Fix variable S</tt></pre></i>"]
+     class constraint102 nowrapClass;
+     variableReadiness100 ~~~ constraint102
+ 
+     constraint102 ~~~ variableReadiness101
+ 
+     variableReadiness101["Choose <tt>TypeVariable(T)</tt> with <pre style="display: inline-block;vertical-align: middle;text-align: left;margin: 0;"><tt>Readiness(
	 true ALLOWED
	 true HAS_PROPER_CONSTRAINTS
	 true HAS_NO_OUTER_TYPE_VARIABLE_DEPENDENCY
	false HAS_CAPTURED_UPPER_BOUND_WITH_SELF_TYPES
	 true HAS_PROPER_NON_SELF_TYPE_BASED_CONSTRAINT
	 true HAS_NO_DEPENDENCIES_TO_OTHER_VARIABLES
	 true HAS_PROPER_NON_TRIVIAL_CONSTRAINTS
	 true HAS_PROPER_NON_TRIVIAL_CONSTRAINTS_OTHER_THAN_INCORPORATED_FROM_DECLARED_UPPER_BOUND
	false REIFIED
	false HAS_PROPER_FLEXIBLE_LOWER_CONSTRAINT
	 true HAS_PROPER_NON_ILT_CONSTRAINT
	false HAS_NO_EXPLICIT_LOWER_NOTHING_CONSTRAINT
	 true HAS_PROPER_EQUALITY_CONSTRAINT
	 true HAS_PROPER_NON_NOTHING_NON_UPPER_CONSTRAINT
)</tt></pre>"]
-     class variableReadiness103 nowrapClass;
-     class variableReadiness103 readinessStyle;
-     constraint105["<tt>TypeVariable(T) == String</tt><br><br><i><div style="display: inline-block;vertical-align: middle;">from</div> <pre style="display: inline-block;vertical-align: middle;text-align: left;margin: 0;"><tt>Fix variable T</tt></pre></i>"]
-     class constraint105 nowrapClass;
-     variableReadiness103 ~~~ constraint105
+     class variableReadiness101 nowrapClass;
+     class variableReadiness101 readinessStyle;
+     constraint103["<tt>TypeVariable(T) == String</tt><br><br><i><div style="display: inline-block;vertical-align: middle;">from</div> <pre style="display: inline-block;vertical-align: middle;text-align: left;margin: 0;"><tt>Fix variable T</tt></pre></i>"]
+     class constraint103 nowrapClass;
+     variableReadiness101 ~~~ constraint103
+     constraint104["<tt>TypeVariable(T) &lt;: Comparable&lt;String></tt>"]
+     class constraint104 nowrapClass;
+     variableReadiness101 ~~~ constraint104
+     constraint87 --> constraint104
+     constraint82 --> constraint104

    linkStyle 6 stroke:#990000
    linkStyle 13 stroke:#009999
    linkStyle 14 stroke:#4c9900
    linkStyle 16 stroke:#4c0099
    linkStyle 19 stroke:#994900
    linkStyle 26 stroke:#004f99
    linkStyle 27 stroke:#039900
    linkStyle 28 stroke:#004f99
    linkStyle 29 stroke:#039900
    linkStyle 30 stroke:#004f99
    linkStyle 31 stroke:#950099
    linkStyle 32 stroke:#992400
    linkStyle 33 stroke:#007499
    linkStyle 35 stroke:#279900
    linkStyle 37 stroke:#710099
    linkStyle 38 stroke:#039900
    linkStyle 39 stroke:#710099
    linkStyle 40 stroke:#950099
    linkStyle 41 stroke:#710099
    linkStyle 42 stroke:#039900
    linkStyle 43 stroke:#710099
    linkStyle 44 stroke:#992400
    linkStyle 45 stroke:#710099
    linkStyle 46 stroke:#996d00
    linkStyle 47 stroke:#002b99
    linkStyle 48 stroke:#009921
    linkStyle 49 stroke:#990077
    linkStyle 50 stroke:#991200
    linkStyle 53 stroke:#008699
    linkStyle 54 stroke:#004f99
    linkStyle 55 stroke:#008699
    linkStyle 56 stroke:#992400
    linkStyle 57 stroke:#008699
    linkStyle 58 stroke:#007499
    linkStyle 59 stroke:#008699
    linkStyle 60 stroke:#950099
    linkStyle 61 stroke:#008699
    linkStyle 62 stroke:#007499
    linkStyle 63 stroke:#3a9900
    linkStyle 64 stroke:#5e0099
    linkStyle 65 stroke:#993600
    linkStyle 66 stroke:#006299
    linkStyle 67 stroke:#159900
    linkStyle 68 stroke:#830099
    linkStyle 70 stroke:#995b00
    linkStyle 77 stroke:#003d99
    linkStyle 78 stroke:#00990e
    linkStyle 79 stroke:#003d99
    linkStyle 80 stroke:#00990e
    linkStyle 81 stroke:#003d99
    linkStyle 82 stroke:#99008a
    linkStyle 83 stroke:#997f00
    linkStyle 84 stroke:#001999
    linkStyle 86 stroke:#009933
    linkStyle 88 stroke:#990065
    linkStyle 89 stroke:#00990e
    linkStyle 90 stroke:#990065
    linkStyle 91 stroke:#99008a
    linkStyle 92 stroke:#990065
    linkStyle 93 stroke:#00990e
    linkStyle 94 stroke:#990065
    linkStyle 95 stroke:#997f00
    linkStyle 96 stroke:#990065
    linkStyle 97 stroke:#990900
    linkStyle 98 stroke:#008f99
    linkStyle 99 stroke:#439900
    linkStyle 100 stroke:#550099
    linkStyle 101 stroke:#991b00
    linkStyle 104 stroke:#007d99
    linkStyle 107 stroke:#319900
    linkStyle 108 stroke:#001999
    linkStyle 109 stroke:#319900
    linkStyle 110 stroke:#001999
    linkStyle 111 stroke:#319900
    linkStyle 112 stroke:#001999
    linkStyle 113 stroke:#670099
    linkStyle 114 stroke:#992d00
    linkStyle 115 stroke:#006b99
    linkStyle 122 stroke:#1e9900
    linkStyle 123 stroke:#7a0099
    linkStyle 124 stroke:#1e9900
    linkStyle 125 stroke:#7a0099
    linkStyle 126 stroke:#1e9900
    linkStyle 127 stroke:#993f00
    linkStyle 129 stroke:#1e9900
    linkStyle 130 stroke:#005999
    linkStyle 131 stroke:#005999
    linkStyle 132 stroke:#7a0099
    linkStyle 133 stroke:#005999
    linkStyle 134 stroke:#993f00
-     linkStyle 135 stroke:#005999
-     linkStyle 136 stroke:#7a0099
-     linkStyle 137 stroke:#005999
-     linkStyle 138 stroke:#0c9900
+     linkStyle 136 stroke:#0c9900
+     linkStyle 137 stroke:#1e9900
+     linkStyle 138 stroke:#8c0099
+     linkStyle 139 stroke:#7a0099
    linkStyle 140 stroke:#8c0099
-     linkStyle 141 stroke:#1e9900
-     linkStyle 142 stroke:#8c0099
-     linkStyle 143 stroke:#993f00
-     linkStyle 144 stroke:#8c0099
-     linkStyle 145 stroke:#995200
-     linkStyle 146 stroke:#004699
-     linkStyle 147 stroke:#009905
-     linkStyle 148 stroke:#990093
-     linkStyle 149 stroke:#996400
-     linkStyle 150 stroke:#003499
-     linkStyle 151 stroke:#009917
-     linkStyle 152 stroke:#990081
-     linkStyle 153 stroke:#997600
-     linkStyle 155 stroke:#002299
-     linkStyle 157 stroke:#00992a
-     linkStyle 160 stroke:#99006e
+     linkStyle 141 stroke:#995200
+     linkStyle 142 stroke:#004699
+     linkStyle 143 stroke:#009905
+     linkStyle 144 stroke:#990093
+     linkStyle 145 stroke:#996400
+     linkStyle 146 stroke:#003499
+     linkStyle 147 stroke:#009917
+     linkStyle 149 stroke:#990081
+     linkStyle 151 stroke:#997600
+     linkStyle 154 stroke:#002299
+     linkStyle 157 stroke:#005999
+     linkStyle 158 stroke:#7a0099
    style constraint6 stroke:#990000;
    style constraint12 stroke:#009999;
    style constraint13 stroke:#4c9900;
    style constraint15 stroke:#4c0099;
    style constraint18 stroke:#994900;
    style constraint25 stroke:#004f99;
    style constraint24 stroke:#039900;
    style constraint27 stroke:#950099;
    style constraint26 stroke:#992400;
    style constraint28 stroke:#007499;
    style constraint30 stroke:#279900;
    style constraint32 stroke:#710099;
    style constraint33 stroke:#996d00;
    style constraint34 stroke:#002b99;
    style constraint35 stroke:#009921;
    style constraint36 stroke:#990077;
    style constraint37 stroke:#991200;
    style constraint41 stroke:#008699;
    style constraint42 stroke:#3a9900;
    style constraint43 stroke:#5e0099;
    style constraint44 stroke:#993600;
    style constraint45 stroke:#006299;
    style constraint46 stroke:#159900;
    style constraint47 stroke:#830099;
    style constraint48 stroke:#995b00;
    style constraint55 stroke:#003d99;
    style constraint54 stroke:#00990e;
    style constraint57 stroke:#99008a;
    style constraint56 stroke:#997f00;
    style constraint58 stroke:#001999;
    style constraint60 stroke:#009933;
    style constraint62 stroke:#990065;
    style constraint63 stroke:#990900;
    style constraint64 stroke:#008f99;
    style constraint65 stroke:#439900;
    style constraint66 stroke:#550099;
    style constraint67 stroke:#991b00;
    style constraint72 stroke:#007d99;
    style constraint73 stroke:#319900;
    style constraint74 stroke:#670099;
    style constraint75 stroke:#992d00;
    style constraint76 stroke:#006b99;
    style constraint83 stroke:#1e9900;
    style constraint82 stroke:#7a0099;
    style constraint85 stroke:#993f00;
    style constraint87 stroke:#005999;
-     style constraint84 stroke:#0c9900;
-     style constraint93 stroke:#8c0099;
-     style constraint86 stroke:#995200;
-     style constraint88 stroke:#004699;
-     style constraint89 stroke:#009905;
-     style constraint90 stroke:#990093;
-     style constraint91 stroke:#996400;
-     style constraint92 stroke:#003499;
+     style constraint91 stroke:#0c9900;
+     style constraint92 stroke:#8c0099;
+     style constraint84 stroke:#995200;
+     style constraint86 stroke:#004699;
+     style constraint88 stroke:#009905;
+     style constraint89 stroke:#990093;
+     style constraint90 stroke:#996400;
+     style constraint93 stroke:#003499;
    style constraint94 stroke:#009917;
-     style constraint95 stroke:#990081;
-     style constraint96 stroke:#997600;
-     style constraint98 stroke:#002299;
-     style constraint100 stroke:#00992a;
-     style constraint104 stroke:#99006e;
+     style constraint96 stroke:#990081;
+     style constraint98 stroke:#997600;
+     style constraint102 stroke:#002299;
